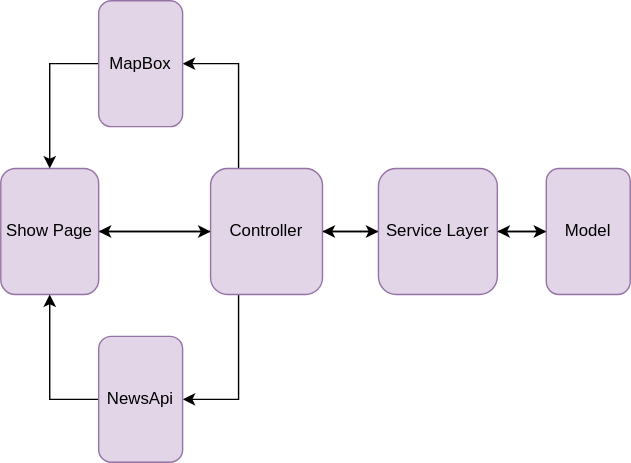
Earlier version of the draw.io export src/main/resources/static/Image/FLowChart.svg (ja841014/COVID-19_Global-Tracker). Source tidied: cells renumbered, new cells last; positions are measured from the earlier drawing's top-left corner, leaving out a move shared by most shapes.
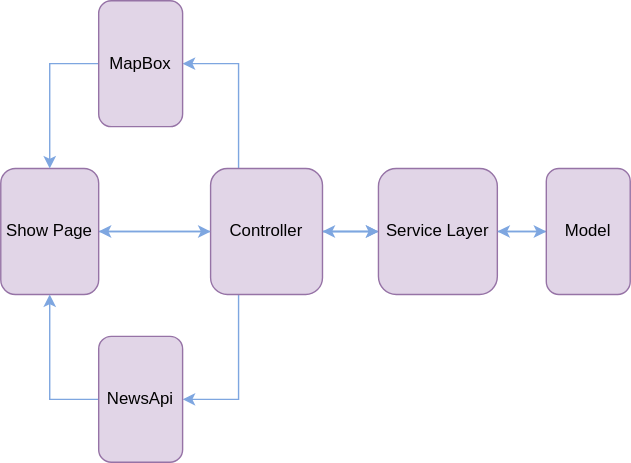
The same file after the commit.

Diff of the diagram source:
```diff
@@ -2,49 +2,52 @@
   <root>
     <mxCell id="0" />
     <mxCell id="1" parent="0" />
-    <mxCell id="2" style="edgeStyle=orthogonalEdgeStyle;rounded=0;jettySize=auto;html=1;exitX=0.5;exitY=0;exitDx=0;exitDy=0;entryX=0.5;entryY=1;entryDx=0;entryDy=0;" parent="1" edge="1" source="6" target="9">
+    <mxCell id="2" style="edgeStyle=orthogonalEdgeStyle;rounded=0;jettySize=auto;html=1;exitX=0.5;exitY=0;exitDx=0;exitDy=0;entryX=0.5;entryY=1;entryDx=0;entryDy=0;strokeColor=#7EA6E0;" parent="1" edge="1" source="6" target="9">
       <mxGeometry relative="1" as="geometry" />
     </mxCell>
-    <mxCell id="3" style="edgeStyle=orthogonalEdgeStyle;rounded=0;jettySize=auto;html=1;exitX=0;exitY=0.75;exitDx=0;exitDy=0;entryX=0.5;entryY=0;entryDx=0;entryDy=0;" parent="1" edge="1" source="6" target="15">
+    <mxCell id="3" style="edgeStyle=orthogonalEdgeStyle;jettySize=auto;html=1;exitX=0;exitY=0.75;exitDx=0;exitDy=0;entryX=0.5;entryY=0;entryDx=0;entryDy=0;strokeColor=#7EA6E0;rounded=0;" parent="1" edge="1" source="6" target="15">
       <mxGeometry relative="1" as="geometry" />
     </mxCell>
-    <mxCell id="4" style="edgeStyle=orthogonalEdgeStyle;rounded=0;jettySize=auto;html=1;exitX=1;exitY=0.75;exitDx=0;exitDy=0;entryX=0.5;entryY=0;entryDx=0;entryDy=0;" parent="1" edge="1" source="6" target="17">
+    <mxCell id="4" style="edgeStyle=orthogonalEdgeStyle;jettySize=auto;html=1;exitX=1;exitY=0.75;exitDx=0;exitDy=0;entryX=0.5;entryY=0;entryDx=0;entryDy=0;strokeColor=#7EA6E0;rounded=0;" parent="1" edge="1" source="6" target="17">
       <mxGeometry relative="1" as="geometry" />
     </mxCell>
-    <mxCell id="5" style="edgeStyle=orthogonalEdgeStyle;rounded=0;jettySize=auto;html=1;exitX=0.5;exitY=1;exitDx=0;exitDy=0;entryX=0.5;entryY=0;entryDx=0;entryDy=0;" parent="1" edge="1" source="6" target="13">
+    <mxCell id="5" style="edgeStyle=orthogonalEdgeStyle;rounded=0;jettySize=auto;html=1;exitX=0.5;exitY=1;exitDx=0;exitDy=0;entryX=0.5;entryY=0;entryDx=0;entryDy=0;strokeColor=#7EA6E0;" parent="1" edge="1" source="6" target="13">
       <mxGeometry relative="1" as="geometry" />
     </mxCell>
+    <mxCell id="18" style="edgeStyle=orthogonalEdgeStyle;rounded=0;jettySize=auto;html=1;exitX=0.5;exitY=0;exitDx=0;exitDy=0;entryX=0.5;entryY=1;entryDx=0;entryDy=0;strokeColor=#7EA6E0;" parent="1" edge="1" source="6" target="9">
+      <mxGeometry relative="1" as="geometry" />
+    </mxCell>
     <mxCell id="6" value="Controller" style="rounded=1;whiteSpace=wrap;html=1;direction=south;fillColor=#e1d5e7;strokeColor=#9673a6;" parent="1" vertex="1">
       <mxGeometry x="150" y="120" width="80" height="90" as="geometry" />
     </mxCell>
-    <mxCell id="7" style="edgeStyle=orthogonalEdgeStyle;rounded=0;jettySize=auto;html=1;exitX=0.5;exitY=0;exitDx=0;exitDy=0;entryX=0.5;entryY=1;entryDx=0;entryDy=0;" parent="1" edge="1" source="9" target="11">
+    <mxCell id="7" style="edgeStyle=orthogonalEdgeStyle;rounded=0;jettySize=auto;html=1;exitX=0.5;exitY=0;exitDx=0;exitDy=0;entryX=0.5;entryY=1;entryDx=0;entryDy=0;strokeColor=#7EA6E0;" parent="1" edge="1" source="9" target="11">
       <mxGeometry relative="1" as="geometry" />
     </mxCell>
-    <mxCell id="8" style="edgeStyle=orthogonalEdgeStyle;rounded=0;jettySize=auto;html=1;exitX=0.5;exitY=1;exitDx=0;exitDy=0;entryX=0.5;entryY=0;entryDx=0;entryDy=0;" parent="1" edge="1" source="9" target="6">
+    <mxCell id="8" style="edgeStyle=orthogonalEdgeStyle;rounded=0;jettySize=auto;html=1;exitX=0.5;exitY=1;exitDx=0;exitDy=0;entryX=0.5;entryY=0;entryDx=0;entryDy=0;strokeColor=#7EA6E0;" parent="1" edge="1" source="9" target="6">
       <mxGeometry relative="1" as="geometry" />
     </mxCell>
     <mxCell id="9" value="Service Layer" style="rounded=1;whiteSpace=wrap;html=1;direction=south;fillColor=#e1d5e7;strokeColor=#9673a6;" parent="1" vertex="1">
       <mxGeometry x="270" y="120" width="85" height="90" as="geometry" />
     </mxCell>
-    <mxCell id="10" style="edgeStyle=orthogonalEdgeStyle;rounded=0;jettySize=auto;html=1;exitX=0.5;exitY=1;exitDx=0;exitDy=0;entryX=0.5;entryY=0;entryDx=0;entryDy=0;" parent="1" edge="1" source="11" target="9">
+    <mxCell id="10" style="edgeStyle=orthogonalEdgeStyle;rounded=0;jettySize=auto;html=1;exitX=0.5;exitY=1;exitDx=0;exitDy=0;entryX=0.5;entryY=0;entryDx=0;entryDy=0;strokeColor=#7EA6E0;" parent="1" edge="1" source="11" target="9">
       <mxGeometry relative="1" as="geometry" />
     </mxCell>
     <mxCell id="11" value="Model" style="rounded=1;whiteSpace=wrap;html=1;direction=south;fillColor=#e1d5e7;strokeColor=#9673a6;" parent="1" vertex="1">
       <mxGeometry x="390" y="120" width="60" height="90" as="geometry" />
     </mxCell>
-    <mxCell id="12" style="edgeStyle=orthogonalEdgeStyle;rounded=0;jettySize=auto;html=1;exitX=0.5;exitY=0;exitDx=0;exitDy=0;entryX=0.5;entryY=1;entryDx=0;entryDy=0;" parent="1" edge="1" source="13" target="6">
+    <mxCell id="12" style="edgeStyle=orthogonalEdgeStyle;rounded=0;jettySize=auto;html=1;exitX=0.5;exitY=0;exitDx=0;exitDy=0;entryX=0.5;entryY=1;entryDx=0;entryDy=0;strokeColor=#7EA6E0;" parent="1" edge="1" source="13" target="6">
       <mxGeometry relative="1" as="geometry" />
     </mxCell>
     <mxCell id="13" value="Show Page" style="rounded=1;whiteSpace=wrap;html=1;direction=south;fillColor=#e1d5e7;strokeColor=#9673a6;" parent="1" vertex="1">
       <mxGeometry y="120" width="70" height="90" as="geometry" />
     </mxCell>
-    <mxCell id="14" style="edgeStyle=orthogonalEdgeStyle;rounded=0;jettySize=auto;html=1;exitX=0.5;exitY=1;exitDx=0;exitDy=0;entryX=0;entryY=0.5;entryDx=0;entryDy=0;" parent="1" edge="1" source="15" target="13">
+    <mxCell id="14" style="edgeStyle=orthogonalEdgeStyle;jettySize=auto;html=1;exitX=0.5;exitY=1;exitDx=0;exitDy=0;entryX=0;entryY=0.5;entryDx=0;entryDy=0;strokeColor=#7EA6E0;rounded=0;" parent="1" edge="1" source="15" target="13">
       <mxGeometry relative="1" as="geometry" />
     </mxCell>
     <mxCell id="15" value="MapBox" style="rounded=1;whiteSpace=wrap;html=1;direction=south;fillColor=#e1d5e7;strokeColor=#9673a6;" parent="1" vertex="1">
       <mxGeometry x="70" width="60" height="90" as="geometry" />
     </mxCell>
-    <mxCell id="16" style="edgeStyle=orthogonalEdgeStyle;rounded=0;jettySize=auto;html=1;exitX=0.5;exitY=1;exitDx=0;exitDy=0;entryX=1;entryY=0.5;entryDx=0;entryDy=0;" parent="1" edge="1" source="17" target="13">
+    <mxCell id="16" style="edgeStyle=orthogonalEdgeStyle;jettySize=auto;html=1;exitX=0.5;exitY=1;exitDx=0;exitDy=0;entryX=1;entryY=0.5;entryDx=0;entryDy=0;strokeColor=#7EA6E0;rounded=0;" parent="1" edge="1" source="17" target="13">
       <mxGeometry relative="1" as="geometry" />
     </mxCell>
     <mxCell id="17" value="NewsApi" style="rounded=1;whiteSpace=wrap;html=1;direction=south;fillColor=#e1d5e7;strokeColor=#9673a6;" parent="1" vertex="1">
```
